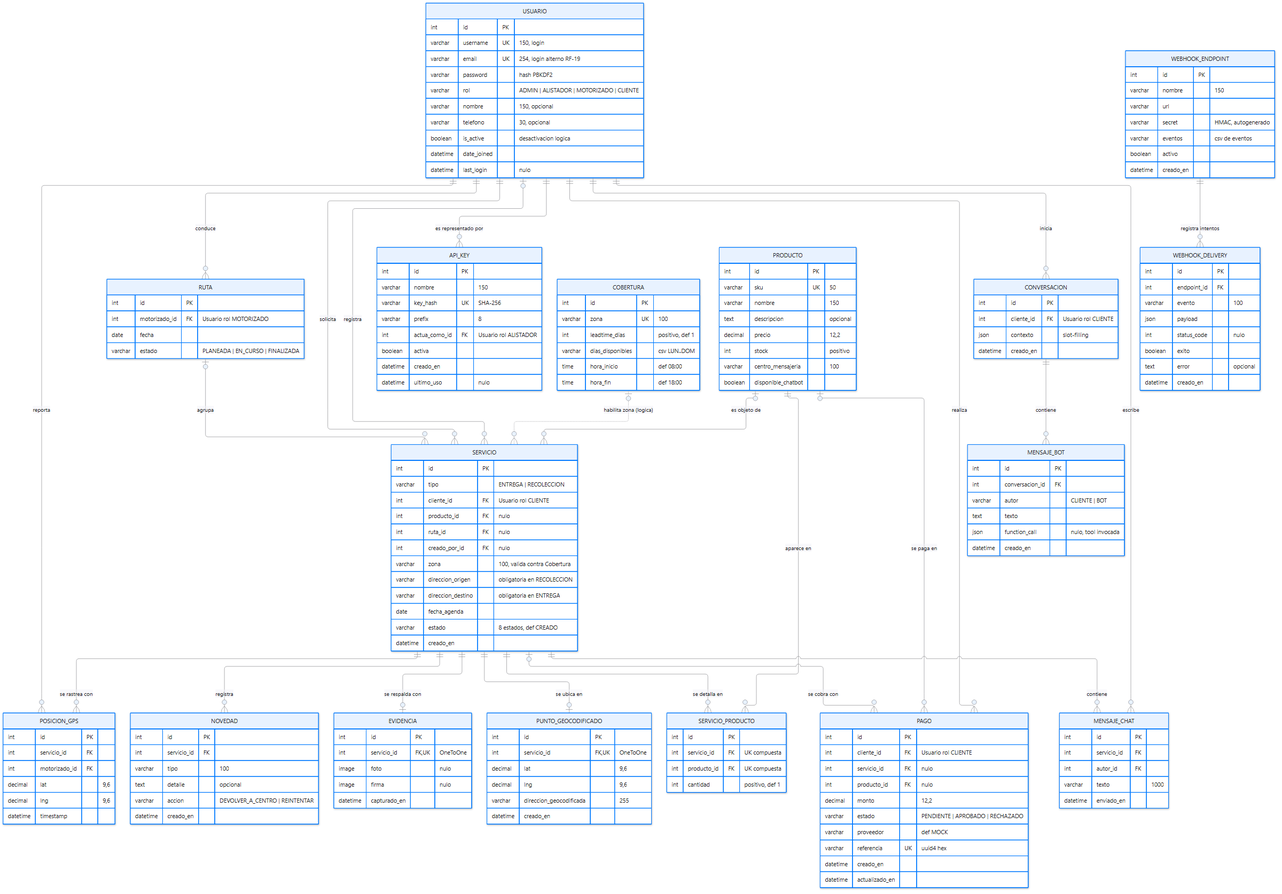
Earlier version of the Mermaid export docs/diagrams/img/mer-entrega.png (javier5254/CEMDriver). Its source is kept beside it as docs/diagrams/src/mer-entrega.mmd. The source it was exported from:
```mermaid
erDiagram
    USUARIO {
        int id PK
        varchar username UK "150, login"
        varchar email UK "254, login alterno RF-19"
        varchar password "hash PBKDF2"
        varchar rol "ADMIN | ALISTADOR | MOTORIZADO | CLIENTE"
        varchar nombre "150, opcional"
        varchar telefono "30, opcional"
        boolean is_active "desactivacion logica"
        datetime date_joined
        datetime last_login "nulo"
    }

    COBERTURA {
        int id PK
        varchar zona UK "100"
        int leadtime_dias "positivo, def 1"
        varchar dias_disponibles "csv LUN..DOM"
        time hora_inicio "def 08:00"
        time hora_fin "def 18:00"
    }

    PRODUCTO {
        int id PK
        varchar sku UK "50"
        varchar nombre "150"
        text descripcion "opcional"
        decimal precio "12,2"
        int stock "positivo"
        varchar centro_mensajeria "100"
        boolean disponible_chatbot
    }

    RUTA {
        int id PK
        int motorizado_id FK "Usuario rol MOTORIZADO"
        date fecha
        varchar estado "PLANEADA | EN_CURSO | FINALIZADA"
    }

    SERVICIO {
        int id PK
        varchar tipo "ENTREGA | RECOLECCION"
        int cliente_id FK "Usuario rol CLIENTE"
        int producto_id FK "nulo"
        int ruta_id FK "nulo"
        int creado_por_id FK "nulo"
        varchar zona "100, valida contra Cobertura"
        varchar direccion_origen "obligatoria en RECOLECCION"
        varchar direccion_destino "obligatoria en ENTREGA"
        date fecha_agenda
        varchar estado "8 estados, def CREADO"
        datetime creado_en
    }

    SERVICIO_PRODUCTO {
        int id PK
        int servicio_id FK "UK compuesta"
        int producto_id FK "UK compuesta"
        int cantidad "positivo, def 1"
    }

    EVIDENCIA {
        int id PK
        int servicio_id FK,UK "OneToOne"
        image foto "nulo"
        image firma "nulo"
        datetime capturado_en
    }

    NOVEDAD {
        int id PK
        int servicio_id FK
        varchar tipo "100"
        text detalle "opcional"
        varchar accion "DEVOLVER_A_CENTRO | REINTENTAR"
        datetime creado_en
    }

    MENSAJE_CHAT {
        int id PK
        int servicio_id FK
        int autor_id FK
        varchar texto "1000"
        datetime enviado_en
    }

    POSICION_GPS {
        int id PK
        int servicio_id FK
        int motorizado_id FK
        decimal lat "9,6"
        decimal lng "9,6"
        datetime timestamp
    }

    PUNTO_GEOCODIFICADO {
        int id PK
        int servicio_id FK,UK "OneToOne"
        decimal lat "9,6"
        decimal lng "9,6"
        varchar direccion_geocodificada "255"
        datetime creado_en
    }

    CONVERSACION {
        int id PK
        int cliente_id FK "Usuario rol CLIENTE"
        json contexto "slot-filling"
        datetime creado_en
    }

    MENSAJE_BOT {
        int id PK
        int conversacion_id FK
        varchar autor "CLIENTE | BOT"
        text texto
        json function_call "nulo, tool invocada"
        datetime creado_en
    }

    PAGO {
        int id PK
        int cliente_id FK "Usuario rol CLIENTE"
        int servicio_id FK "nulo"
        int producto_id FK "nulo"
        decimal monto "12,2"
        varchar estado "PENDIENTE | APROBADO | RECHAZADO"
        varchar proveedor "def MOCK"
        varchar referencia UK "uuid4 hex"
        datetime creado_en
        datetime actualizado_en
    }

    API_KEY {
        int id PK
        varchar nombre "150"
        varchar key_hash UK "SHA-256"
        varchar prefix "8"
        int actua_como_id FK "Usuario rol ALISTADOR"
        boolean activa
        datetime creado_en
        datetime ultimo_uso "nulo"
    }

    WEBHOOK_ENDPOINT {
        int id PK
        varchar nombre "150"
        varchar url
        varchar secret "HMAC, autogenerado"
        varchar eventos "csv de eventos"
        boolean activo
        datetime creado_en
    }

    WEBHOOK_DELIVERY {
        int id PK
        int endpoint_id FK
        varchar evento "100"
        json payload
        int status_code "nulo"
        boolean exito
        text error "opcional"
        datetime creado_en
    }

    USUARIO ||--o{ RUTA : "conduce"
    USUARIO ||--o{ SERVICIO : "solicita"
    USUARIO |o--o{ SERVICIO : "registra"
    RUTA |o--o{ SERVICIO : "agrupa"
    PRODUCTO |o--o{ SERVICIO : "es objeto de"
    COBERTURA |o..o{ SERVICIO : "habilita zona (logica)"
    SERVICIO ||--o{ SERVICIO_PRODUCTO : "se detalla en"
    PRODUCTO ||--o{ SERVICIO_PRODUCTO : "aparece en"
    SERVICIO ||--o| EVIDENCIA : "se respalda con"
    SERVICIO ||--o{ NOVEDAD : "registra"
    SERVICIO ||--o{ MENSAJE_CHAT : "contiene"
    USUARIO ||--o{ MENSAJE_CHAT : "escribe"
    SERVICIO ||--o{ POSICION_GPS : "se rastrea con"
    USUARIO ||--o{ POSICION_GPS : "reporta"
    SERVICIO ||--o| PUNTO_GEOCODIFICADO : "se ubica en"
    USUARIO ||--o{ CONVERSACION : "inicia"
    CONVERSACION ||--o{ MENSAJE_BOT : "contiene"
    USUARIO ||--o{ PAGO : "realiza"
    SERVICIO |o--o{ PAGO : "se cobra con"
    PRODUCTO |o--o{ PAGO : "se paga en"
    USUARIO ||--o{ API_KEY : "es representado por"
    WEBHOOK_ENDPOINT ||--o{ WEBHOOK_DELIVERY : "registra intentos"
```
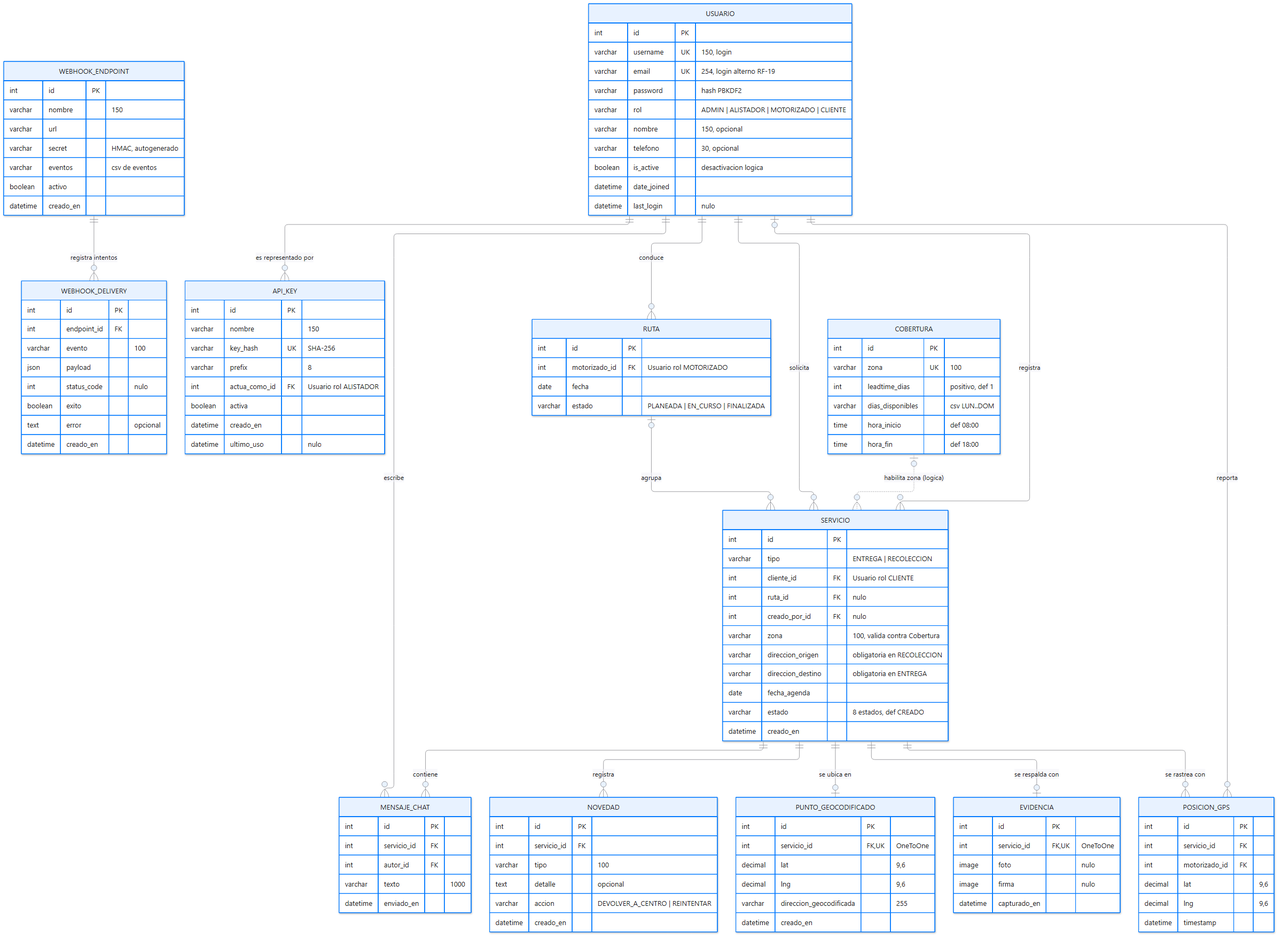
Later version of the same file.

Commit message:
Docs: MER de 12 entidades sin inventario, pagos ni chatbot

- Se retiran PRODUCTO, SERVICIO_PRODUCTO, PAGO, CONVERSACION y MENSAJE_BOT
- Diccionario, relaciones, restricciones y sección de cambios de alcance actualizados
- Diagrama re-renderizado

Change to the diagram source:
```diff
@@ -21,17 +21,6 @@
         time hora_fin "def 18:00"
     }
 
-    PRODUCTO {
-        int id PK
-        varchar sku UK "50"
-        varchar nombre "150"
-        text descripcion "opcional"
-        decimal precio "12,2"
-        int stock "positivo"
-        varchar centro_mensajeria "100"
-        boolean disponible_chatbot
-    }
-
     RUTA {
         int id PK
         int motorizado_id FK "Usuario rol MOTORIZADO"
@@ -43,7 +32,6 @@
         int id PK
         varchar tipo "ENTREGA | RECOLECCION"
         int cliente_id FK "Usuario rol CLIENTE"
-        int producto_id FK "nulo"
         int ruta_id FK "nulo"
         int creado_por_id FK "nulo"
         varchar zona "100, valida contra Cobertura"
@@ -52,13 +40,6 @@
         date fecha_agenda
         varchar estado "8 estados, def CREADO"
         datetime creado_en
-    }
-
-    SERVICIO_PRODUCTO {
-        int id PK
-        int servicio_id FK "UK compuesta"
-        int producto_id FK "UK compuesta"
-        int cantidad "positivo, def 1"
     }
 
     EVIDENCIA {
@@ -104,35 +85,6 @@
         datetime creado_en
     }
 
-    CONVERSACION {
-        int id PK
-        int cliente_id FK "Usuario rol CLIENTE"
-        json contexto "slot-filling"
-        datetime creado_en
-    }
-
-    MENSAJE_BOT {
-        int id PK
-        int conversacion_id FK
-        varchar autor "CLIENTE | BOT"
-        text texto
-        json function_call "nulo, tool invocada"
-        datetime creado_en
-    }
-
-    PAGO {
-        int id PK
-        int cliente_id FK "Usuario rol CLIENTE"
-        int servicio_id FK "nulo"
-        int producto_id FK "nulo"
-        decimal monto "12,2"
-        varchar estado "PENDIENTE | APROBADO | RECHAZADO"
-        varchar proveedor "def MOCK"
-        varchar referencia UK "uuid4 hex"
-        datetime creado_en
-        datetime actualizado_en
-    }
-
     API_KEY {
         int id PK
         varchar nombre "150"
@@ -169,10 +121,7 @@
     USUARIO ||--o{ SERVICIO : "solicita"
     USUARIO |o--o{ SERVICIO : "registra"
     RUTA |o--o{ SERVICIO : "agrupa"
-    PRODUCTO |o--o{ SERVICIO : "es objeto de"
     COBERTURA |o..o{ SERVICIO : "habilita zona (logica)"
-    SERVICIO ||--o{ SERVICIO_PRODUCTO : "se detalla en"
-    PRODUCTO ||--o{ SERVICIO_PRODUCTO : "aparece en"
     SERVICIO ||--o| EVIDENCIA : "se respalda con"
     SERVICIO ||--o{ NOVEDAD : "registra"
     SERVICIO ||--o{ MENSAJE_CHAT : "contiene"
@@ -180,10 +129,5 @@
     SERVICIO ||--o{ POSICION_GPS : "se rastrea con"
     USUARIO ||--o{ POSICION_GPS : "reporta"
     SERVICIO ||--o| PUNTO_GEOCODIFICADO : "se ubica en"
-    USUARIO ||--o{ CONVERSACION : "inicia"
-    CONVERSACION ||--o{ MENSAJE_BOT : "contiene"
-    USUARIO ||--o{ PAGO : "realiza"
-    SERVICIO |o--o{ PAGO : "se cobra con"
-    PRODUCTO |o--o{ PAGO : "se paga en"
     USUARIO ||--o{ API_KEY : "es representado por"
     WEBHOOK_ENDPOINT ||--o{ WEBHOOK_DELIVERY : "registra intentos"
```
